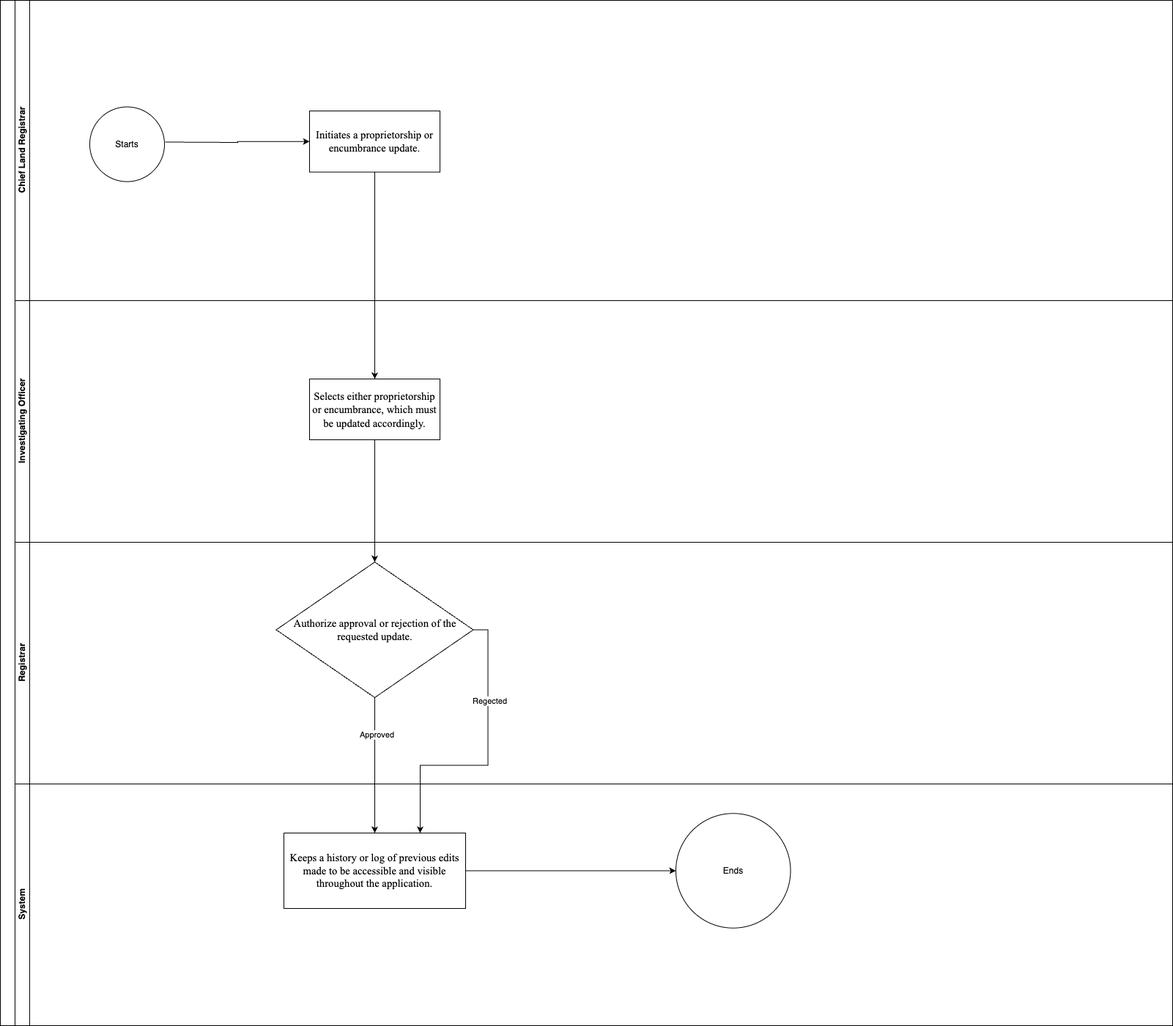
Above: Proprietorship_Encumbrance Update.drawio.png in geoprojectke/BPMN (draw.io), before the change. Source tidied: cells renumbered, new cells last; positions are measured from the earlier drawing's top-left corner, leaving out a move shared by most shapes.
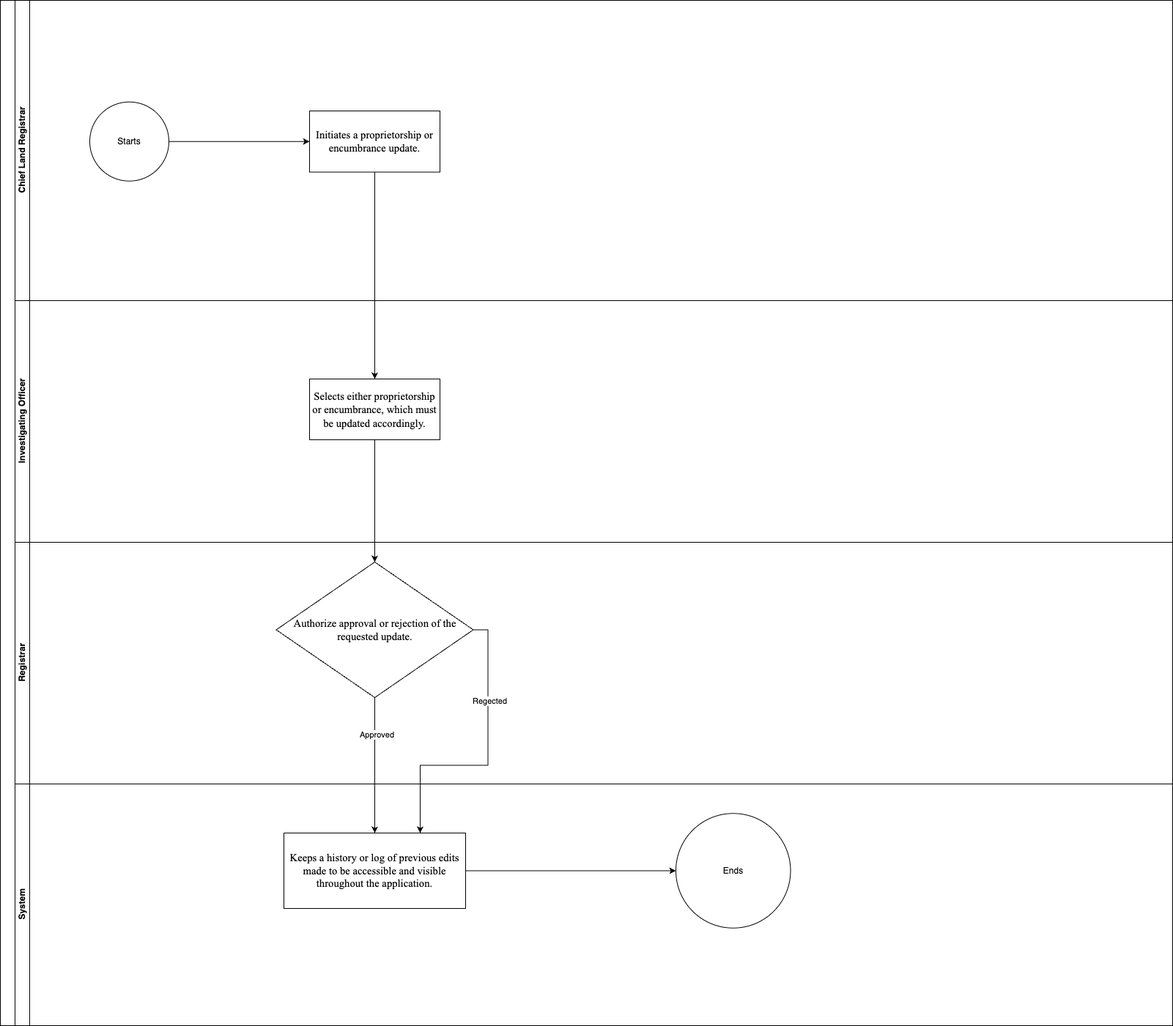
Later version of the same file.

Change to the diagram source:
```diff
@@ -8,16 +8,14 @@
     <mxCell id="3" value="Chief Land Registrar" style="swimlane;html=1;startSize=20;horizontal=0;" parent="2" vertex="1">
       <mxGeometry x="20" width="1580" height="410" as="geometry" />
     </mxCell>
-    <mxCell id="4" style="edgeStyle=orthogonalEdgeStyle;rounded=0;jettySize=auto;html=1;exitX=1;exitY=0.5;exitDx=0;exitDy=0;exitPerimeter=0;entryX=0;entryY=0.5;entryDx=0;entryDy=0;" parent="3" edge="1" target="5">
-      <mxGeometry relative="1" as="geometry">
-        <mxPoint x="205" y="193.5" as="sourcePoint" />
-      </mxGeometry>
-    </mxCell>
     <mxCell id="5" value="&lt;span id=&quot;docs-internal-guid-ba8cbc07-7fff-429e-e80b-9371b2c1ae73&quot;&gt;&lt;span style=&quot;font-size: 11pt; font-family: &amp;quot;Times New Roman&amp;quot;, serif; color: rgb(0, 0, 0); background-color: transparent; font-variant-numeric: normal; font-variant-east-asian: normal; font-variant-alternates: normal; font-variant-position: normal; font-variant-emoji: normal; vertical-align: baseline; white-space-collapse: preserve;&quot;&gt;Initiates a proprietorship or encumbrance update.&lt;/span&gt;&lt;/span&gt;" style="rounded=0;whiteSpace=wrap;html=1;align=center;" parent="3" vertex="1">
       <mxGeometry x="402" y="151" width="178" height="83.5" as="geometry" />
     </mxCell>
+    <mxCell id="21" style="edgeStyle=orthogonalEdgeStyle;rounded=0;jettySize=auto;html=1;exitX=1;exitY=0.5;exitDx=0;exitDy=0;entryX=0;entryY=0.5;entryDx=0;entryDy=0;" parent="3" edge="1" source="6" target="5">
+      <mxGeometry relative="1" as="geometry" />
+    </mxCell>
     <mxCell id="6" value="Starts" style="ellipse;whiteSpace=wrap;html=1;" parent="3" vertex="1">
-      <mxGeometry x="102" y="145.5" width="102" height="102" as="geometry" />
+      <mxGeometry x="102" y="138.8" width="108" height="108" as="geometry" />
     </mxCell>
     <mxCell id="7" value="Investigating Officer" style="swimlane;html=1;startSize=20;horizontal=0;" parent="2" vertex="1">
       <mxGeometry x="20" y="410" width="1580" height="330" as="geometry" />
```
